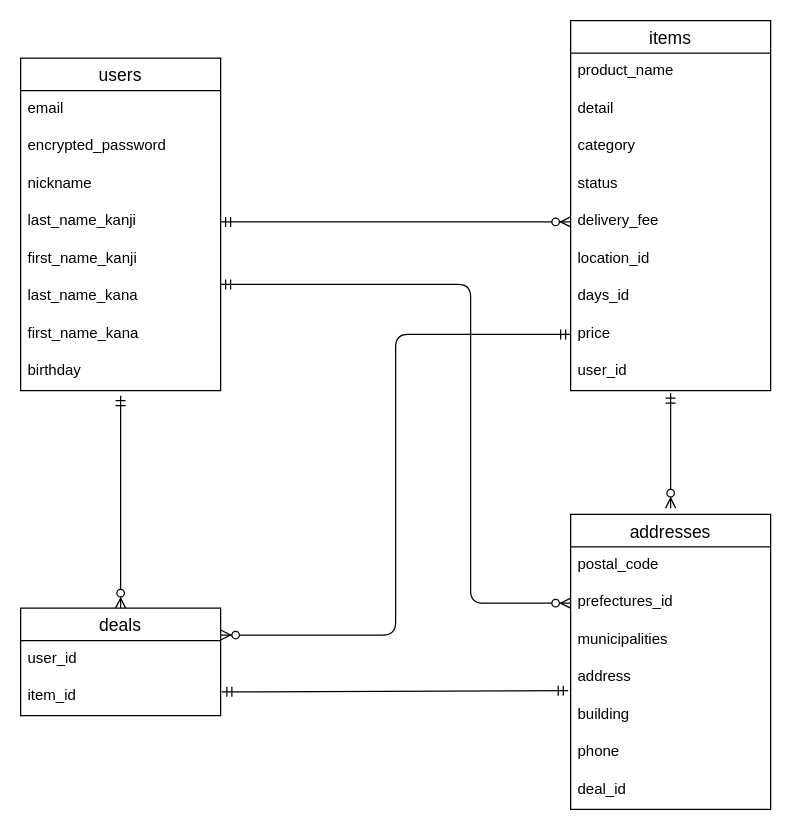
Earlier version of the draw.io diagram user.dio (junta-nakamura/furima---34773). Source tidied: cells renumbered, new cells numbered last; positions are measured from the earlier drawing's top-left corner, leaving out a move shared by most shapes. Both pictures are drawn from the tidied source at 125%, with x=0, y=0 at pixel (20, 20).
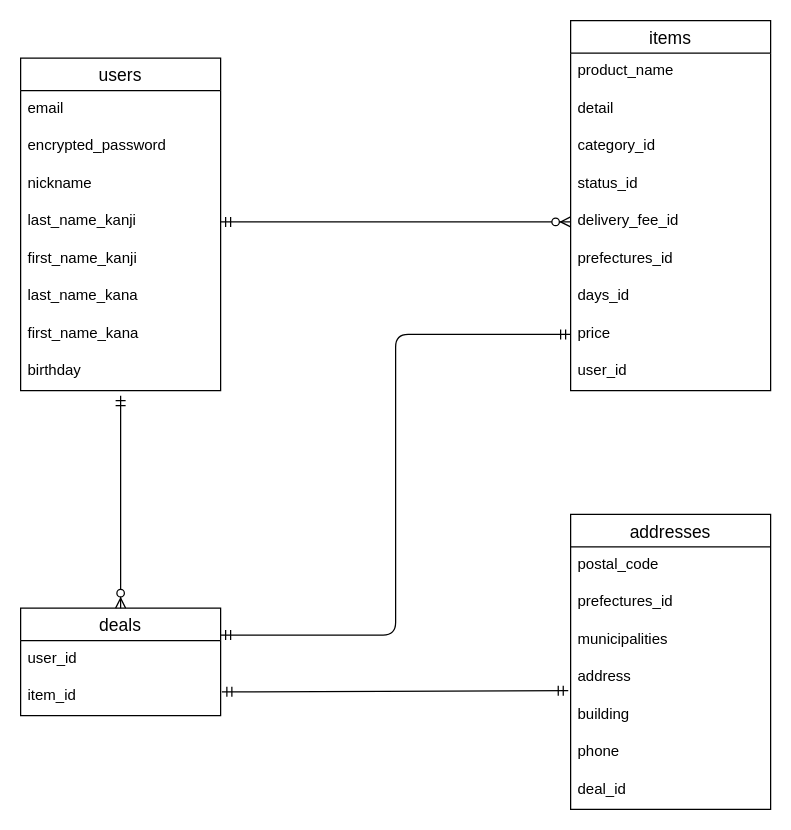
The same page after the edit.

Commit message (it also covers changes not shown here):
ER図作成（修正6）

The change refers to these unchanged cells:
```xml
<mxCell id="11" value="items" style="swimlane;fontStyle=0;horizontal=1;startSize=26;align=center;fontSize=14;" parent="1" vertex="1">
  <mxGeometry x="440" width="160" height="296" as="geometry" />
</mxCell>
<mxCell id="19" value="price" style="text;strokeColor=none;fillColor=none;spacingLeft=4;spacingRight=4;overflow=hidden;points=[[0,0.5],[1,0.5]];portConstraint=eastwest;fontSize=12;" parent="11" vertex="1">
  <mxGeometry y="236" width="160" height="30" as="geometry" />
</mxCell>
<mxCell id="20" value="user_id" style="text;strokeColor=none;fillColor=none;spacingLeft=4;spacingRight=4;overflow=hidden;points=[[0,0.5],[1,0.5]];portConstraint=eastwest;fontSize=12;" parent="11" vertex="1">
  <mxGeometry y="266" width="160" height="30" as="geometry" />
</mxCell>
<mxCell id="22" value="deals" style="swimlane;fontStyle=0;horizontal=1;startSize=26;align=center;fontSize=14;" parent="1" vertex="1">
  <mxGeometry y="470" width="160" height="86" as="geometry" />
</mxCell>
<mxCell id="29" value="prefectures_id" style="text;strokeColor=none;fillColor=none;spacingLeft=4;spacingRight=4;overflow=hidden;points=[[0,0.5],[1,0.5]];portConstraint=eastwest;fontSize=12;" parent="27" vertex="1">
  <mxGeometry y="56" width="160" height="30" as="geometry" />
</mxCell>
```

Diff of the diagram source:
```diff
@@
-    <mxCell id="14" value="category" style="text;strokeColor=none;fillColor=none;spacingLeft=4;spacingRight=4;overflow=hidden;fontSize=12;" parent="11" vertex="1">
+    <mxCell id="14" value="category_id" style="text;strokeColor=none;fillColor=none;spacingLeft=4;spacingRight=4;overflow=hidden;fontSize=12;" parent="11" vertex="1">
       <mxGeometry y="86" width="160" height="30" as="geometry" />
     </mxCell>
-    <mxCell id="15" value="status" style="text;strokeColor=none;fillColor=none;spacingLeft=4;spacingRight=4;overflow=hidden;fontSize=12;" parent="11" vertex="1">
+    <mxCell id="15" value="status_id" style="text;strokeColor=none;fillColor=none;spacingLeft=4;spacingRight=4;overflow=hidden;fontSize=12;" parent="11" vertex="1">
       <mxGeometry y="116" width="160" height="30" as="geometry" />
     </mxCell>
-    <mxCell id="16" value="delivery_fee" style="text;strokeColor=none;fillColor=none;spacingLeft=4;spacingRight=4;overflow=hidden;points=[[0,0.5],[1,0.5]];portConstraint=eastwest;fontSize=12;" parent="11" vertex="1">
+    <mxCell id="16" value="delivery_fee_id" style="text;strokeColor=none;fillColor=none;spacingLeft=4;spacingRight=4;overflow=hidden;points=[[0,0.5],[1,0.5]];portConstraint=eastwest;fontSize=12;" parent="11" vertex="1">
       <mxGeometry y="146" width="160" height="30" as="geometry" />
     </mxCell>
-    <mxCell id="17" value="location_id" style="text;strokeColor=none;fillColor=none;spacingLeft=4;spacingRight=4;overflow=hidden;fontSize=12;" parent="11" vertex="1">
+    <mxCell id="17" value="prefectures_id" style="text;strokeColor=none;fillColor=none;spacingLeft=4;spacingRight=4;overflow=hidden;fontSize=12;" parent="11" vertex="1">
       <mxGeometry y="176" width="160" height="30" as="geometry" />
     </mxCell>
@@
-    <mxCell id="26" style="fontSize=12;html=1;endArrow=ERzeroToMany;startArrow=ERmandOne;edgeStyle=elbowEdgeStyle;exitX=0;exitY=0.5;exitDx=0;exitDy=0;entryX=1;entryY=0.25;entryDx=0;entryDy=0;" parent="1" edge="1" source="19" target="22">
-      <mxGeometry relative="1" as="geometry" />
-    </mxCell>
@@
-    <mxCell id="35" style="fontSize=12;html=1;endArrow=ERzeroToMany;startArrow=ERmandOne;edgeStyle=elbowEdgeStyle;entryX=0;entryY=0.5;entryDx=0;entryDy=0;" parent="1" edge="1" target="29">
-      <mxGeometry relative="1" as="geometry">
-        <mxPoint x="160" y="211" as="sourcePoint" />
-        <Array as="points">
-          <mxPoint x="360" y="370" />
-        </Array>
-      </mxGeometry>
-    </mxCell>
@@
-    <mxCell id="37" style="fontSize=12;html=1;endArrow=ERzeroToMany;startArrow=ERmandOne;exitX=0.5;exitY=1.067;exitDx=0;exitDy=0;exitPerimeter=0;" parent="1" edge="1" source="20">
-      <mxGeometry relative="1" as="geometry">
-        <mxPoint x="520" y="390" as="targetPoint" />
-      </mxGeometry>
-    </mxCell>
+    <mxCell id="38" style="edgeStyle=elbowEdgeStyle;fontSize=12;html=1;endArrow=ERmandOne;startArrow=ERmandOne;entryX=0;entryY=0.5;entryDx=0;entryDy=0;exitX=1;exitY=0.25;exitDx=0;exitDy=0;" parent="1" edge="1" source="22" target="19">
+      <mxGeometry relative="1" as="geometry" />
+    </mxCell>
```
